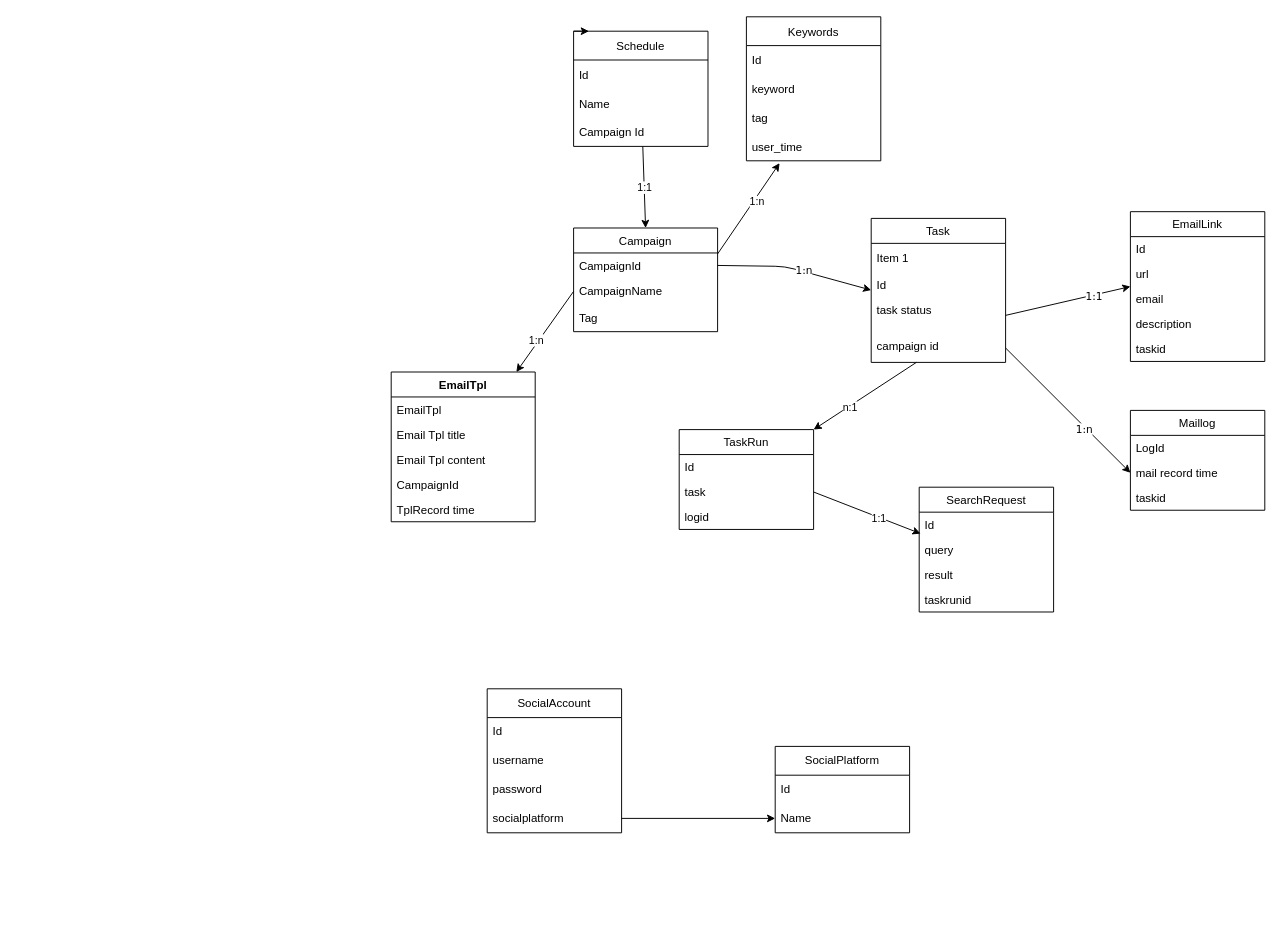
This is doc/class.drawio from robertzengcn/marketing, a draw.io file, before an edit. Source tidied: cells renumbered, new cells numbered last; positions are measured from the earlier drawing's top-left corner, leaving out a move shared by most shapes. Both pictures are drawn from the tidied source at 96%, with x=0, y=0 at pixel (391, 16).
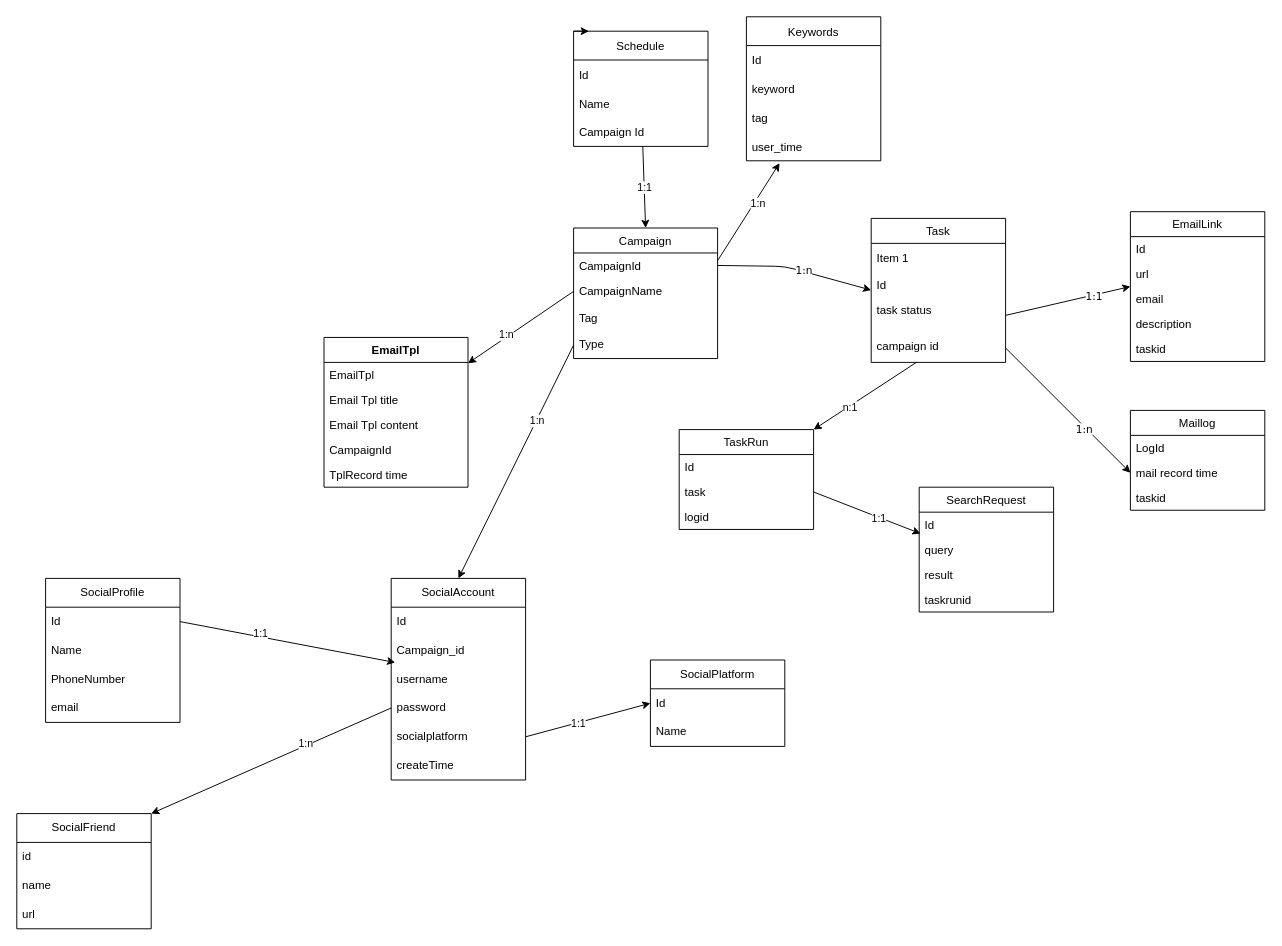
After the change.

Unchanged cells that the change refers to:
```xml
<mxCell id="67" value="Id" style="text;strokeColor=none;fillColor=none;align=left;verticalAlign=middle;spacingLeft=4;spacingRight=4;overflow=hidden;points=[[0,0.5],[1,0.5]];portConstraint=eastwest;whiteSpace=wrap;html=1;" parent="66" vertex="1">
  <mxGeometry y="30" width="140" height="30" as="geometry" />
</mxCell>
<mxCell id="68" value="Name" style="text;strokeColor=none;fillColor=none;align=left;verticalAlign=middle;spacingLeft=4;spacingRight=4;overflow=hidden;points=[[0,0.5],[1,0.5]];portConstraint=eastwest;whiteSpace=wrap;html=1;" parent="66" vertex="1">
  <mxGeometry y="60" width="140" height="30" as="geometry" />
</mxCell>
```

Change to the diagram source:
```diff
@@
     <mxCell id="4" value="Campaign" style="swimlane;fontStyle=0;horizontal=1;startSize=26;fillColor=none;" parent="1" vertex="1">
-      <mxGeometry x="190" y="220" width="150" height="108" as="geometry" />
+      <mxGeometry x="190" y="220" width="150" height="136" as="geometry" />
     </mxCell>
@@
+    <mxCell id="70" value="Type" style="text;strokeColor=none;fillColor=none;align=left;verticalAlign=top;spacingLeft=4;spacingRight=4;overflow=hidden;points=[[0,0.5],[1,0.5]];portConstraint=eastwest;" parent="4" vertex="1">
+      <mxGeometry y="108" width="150" height="28" as="geometry" />
+    </mxCell>
     <mxCell id="8" value="EmailTpl" style="swimlane;fontStyle=1;horizontal=1;startSize=26;fillColor=none;" parent="1" vertex="1">
-      <mxGeometry y="370" width="150" height="156" as="geometry" />
+      <mxGeometry x="-70" y="334" width="150" height="156" as="geometry" />
     </mxCell>
@@
     <mxCell id="61" value="SocialAccount" style="swimlane;fontStyle=0;horizontal=1;startSize=30;whiteSpace=wrap;html=1;" parent="1" vertex="1">
-      <mxGeometry x="100" y="700" width="140" height="150" as="geometry" />
+      <mxGeometry y="585" width="140" height="210" as="geometry" />
     </mxCell>
@@
+    <mxCell id="71" value="Campaign_id" style="text;strokeColor=none;fillColor=none;align=left;verticalAlign=middle;spacingLeft=4;spacingRight=4;overflow=hidden;whiteSpace=wrap;html=1;" parent="61" vertex="1">
+      <mxGeometry y="60" width="140" height="30" as="geometry" />
+    </mxCell>
     <mxCell id="63" value="username" style="text;strokeColor=none;fillColor=none;align=left;verticalAlign=middle;spacingLeft=4;spacingRight=4;overflow=hidden;points=[[0,0.5],[1,0.5]];portConstraint=eastwest;whiteSpace=wrap;html=1;" parent="61" vertex="1">
-      <mxGeometry y="60" width="140" height="30" as="geometry" />
+      <mxGeometry y="90" width="140" height="30" as="geometry" />
     </mxCell>
     <mxCell id="64" value="password" style="text;strokeColor=none;fillColor=none;align=left;verticalAlign=middle;spacingLeft=4;spacingRight=4;overflow=hidden;points=[[0,0.5],[1,0.5]];portConstraint=eastwest;whiteSpace=wrap;html=1;" parent="61" vertex="1">
-      <mxGeometry y="90" width="140" height="30" as="geometry" />
+      <mxGeometry y="120" width="140" height="30" as="geometry" />
     </mxCell>
     <mxCell id="65" value="socialplatform" style="text;strokeColor=none;fillColor=none;align=left;verticalAlign=middle;spacingLeft=4;spacingRight=4;overflow=hidden;points=[[0,0.5],[1,0.5]];portConstraint=eastwest;whiteSpace=wrap;html=1;" parent="61" vertex="1">
-      <mxGeometry y="120" width="140" height="30" as="geometry" />
+      <mxGeometry y="150" width="140" height="30" as="geometry" />
     </mxCell>
+    <mxCell id="72" value="createTime" style="text;strokeColor=none;fillColor=none;align=left;verticalAlign=middle;spacingLeft=4;spacingRight=4;overflow=hidden;whiteSpace=wrap;html=1;" parent="61" vertex="1">
+      <mxGeometry y="180" width="140" height="30" as="geometry" />
+    </mxCell>
     <mxCell id="66" value="SocialPlatform" style="swimlane;fontStyle=0;horizontal=1;startSize=30;whiteSpace=wrap;html=1;" parent="1" vertex="1">
-      <mxGeometry x="400" y="760" width="140" height="90" as="geometry" />
+      <mxGeometry x="270" y="670" width="140" height="90" as="geometry" />
     </mxCell>
@@
-    <mxCell id="69" style="edgeStyle=none;html=1;entryX=0;entryY=0.5;entryDx=0;entryDy=0;" parent="1" edge="1" source="65" target="68">
-      <mxGeometry relative="1" as="geometry" />
-    </mxCell>
+    <mxCell id="73" style="edgeStyle=none;html=1;exitX=0;exitY=0.5;exitDx=0;exitDy=0;entryX=0.5;entryY=0;entryDx=0;entryDy=0;" parent="1" edge="1" source="70" target="61">
+      <mxGeometry relative="1" as="geometry" />
+    </mxCell>
+    <mxCell id="74" value="1:n" style="edgeLabel;html=1;align=center;verticalAlign=middle;" parent="73" vertex="1">
+      <mxGeometry x="-0.36" relative="1" as="geometry" />
+    </mxCell>
+    <mxCell id="75" style="edgeStyle=none;html=1;exitX=1;exitY=0.5;exitDx=0;exitDy=0;entryX=0;entryY=0.5;entryDx=0;entryDy=0;" parent="1" edge="1" source="65" target="67">
+      <mxGeometry relative="1" as="geometry" />
+    </mxCell>
+    <mxCell id="76" value="1:1" style="edgeLabel;html=1;align=center;verticalAlign=middle;" parent="75" vertex="1">
+      <mxGeometry x="-0.17" relative="1" as="geometry" />
+    </mxCell>
+    <mxCell id="77" value="SocialFriend" style="swimlane;fontStyle=0;horizontal=1;startSize=30;whiteSpace=wrap;html=1;" parent="1" vertex="1">
+      <mxGeometry x="-390" y="830" width="140" height="120" as="geometry" />
+    </mxCell>
+    <mxCell id="78" value="id" style="text;strokeColor=none;fillColor=none;align=left;verticalAlign=middle;spacingLeft=4;spacingRight=4;overflow=hidden;whiteSpace=wrap;html=1;" parent="77" vertex="1">
+      <mxGeometry y="30" width="140" height="30" as="geometry" />
+    </mxCell>
+    <mxCell id="79" value="name" style="text;strokeColor=none;fillColor=none;align=left;verticalAlign=middle;spacingLeft=4;spacingRight=4;overflow=hidden;whiteSpace=wrap;html=1;" parent="77" vertex="1">
+      <mxGeometry y="60" width="140" height="30" as="geometry" />
+    </mxCell>
+    <mxCell id="80" value="url" style="text;strokeColor=none;fillColor=none;align=left;verticalAlign=middle;spacingLeft=4;spacingRight=4;overflow=hidden;whiteSpace=wrap;html=1;" parent="77" vertex="1">
+      <mxGeometry y="90" width="140" height="30" as="geometry" />
+    </mxCell>
+    <mxCell id="81" value="SocialProfile" style="swimlane;fontStyle=0;horizontal=1;startSize=30;whiteSpace=wrap;html=1;" parent="1" vertex="1">
+      <mxGeometry x="-360" y="585" width="140" height="150" as="geometry" />
+    </mxCell>
+    <mxCell id="82" value="Id" style="text;strokeColor=none;fillColor=none;align=left;verticalAlign=middle;spacingLeft=4;spacingRight=4;overflow=hidden;points=[[0,0.5],[1,0.5]];portConstraint=eastwest;whiteSpace=wrap;html=1;" parent="81" vertex="1">
+      <mxGeometry y="30" width="140" height="30" as="geometry" />
+    </mxCell>
+    <mxCell id="83" value="Name" style="text;strokeColor=none;fillColor=none;align=left;verticalAlign=middle;spacingLeft=4;spacingRight=4;overflow=hidden;whiteSpace=wrap;html=1;" parent="81" vertex="1">
+      <mxGeometry y="60" width="140" height="30" as="geometry" />
+    </mxCell>
+    <mxCell id="84" value="PhoneNumber" style="text;strokeColor=none;fillColor=none;align=left;verticalAlign=middle;spacingLeft=4;spacingRight=4;overflow=hidden;whiteSpace=wrap;html=1;" parent="81" vertex="1">
+      <mxGeometry y="90" width="140" height="30" as="geometry" />
+    </mxCell>
+    <mxCell id="85" value="email" style="text;strokeColor=none;fillColor=none;align=left;verticalAlign=middle;spacingLeft=4;spacingRight=4;overflow=hidden;whiteSpace=wrap;html=1;" parent="81" vertex="1">
+      <mxGeometry y="120" width="140" height="30" as="geometry" />
+    </mxCell>
+    <mxCell id="86" style="edgeStyle=none;html=1;exitX=1;exitY=0.5;exitDx=0;exitDy=0;entryX=0.03;entryY=-0.08;entryDx=0;entryDy=0;entryPerimeter=0;" parent="1" edge="1" source="82" target="63">
+      <mxGeometry relative="1" as="geometry" />
+    </mxCell>
+    <mxCell id="87" value="1:1" style="edgeLabel;html=1;align=center;verticalAlign=middle;" parent="86" vertex="1">
+      <mxGeometry x="-0.26" y="3" relative="1" as="geometry" />
+    </mxCell>
+    <mxCell id="88" style="edgeStyle=none;html=1;exitX=0;exitY=0.5;exitDx=0;exitDy=0;entryX=1;entryY=0;entryDx=0;entryDy=0;" parent="1" edge="1" source="64" target="77">
+      <mxGeometry relative="1" as="geometry" />
+    </mxCell>
+    <mxCell id="89" value="1:n" style="edgeLabel;html=1;align=center;verticalAlign=middle;" parent="88" vertex="1">
+      <mxGeometry x="-0.29" y="-3" relative="1" as="geometry" />
+    </mxCell>
```
